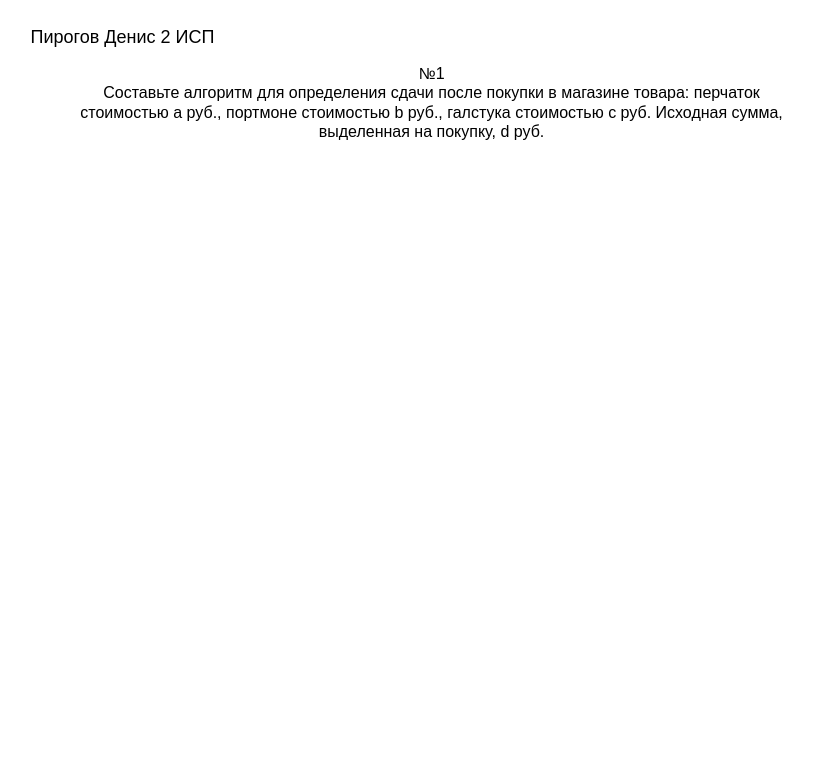
Above: page "вариант 2 задание 1" (4 of 7) of pr2 and pr3/pr2.drawio in DeFis33/pr (draw.io), before the change. Source tidied: cells renumbered, new cells numbered last; positions are measured from the earlier drawing's top-left corner, leaving out a move shared by most shapes. Both pictures are drawn from the tidied source at 100%, with x=0, y=0 at pixel (17, 17).
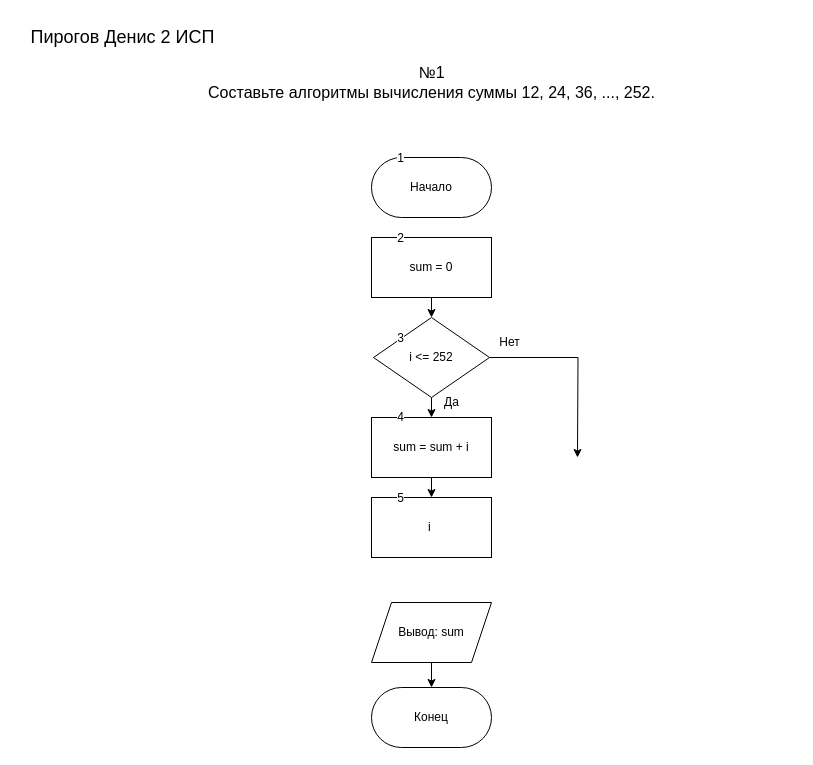
Above is the later version.

The edit, as a diff of the source:
```diff
@@
-    <mxCell id="3" value="&lt;font style=&quot;font-size: 16px;&quot;&gt;№1&lt;/font&gt;&lt;div style=&quot;font-size: 16px;&quot;&gt;&lt;font style=&quot;font-size: 16px;&quot;&gt;Составьте алгоритм для определения сдачи после покупки в магазине товара: перчаток&lt;/font&gt;&lt;/div&gt;&lt;div style=&quot;font-size: 16px;&quot;&gt;&lt;font style=&quot;font-size: 16px;&quot;&gt;стоимостью а руб., портмоне стоимостью b руб., галстука стоимостью с руб. Исходная сумма,&lt;/font&gt;&lt;/div&gt;&lt;div style=&quot;font-size: 16px;&quot;&gt;&lt;font style=&quot;font-size: 16px;&quot;&gt;выделенная на покупку, d руб.&lt;/font&gt;&lt;/div&gt;" style="text;html=1;align=center;verticalAlign=middle;" parent="1" vertex="1">
-      <mxGeometry x="49" y="40" width="730" height="90" as="geometry" />
+    <mxCell id="3" value="&lt;font style=&quot;font-size: 16px;&quot;&gt;№1&lt;/font&gt;&lt;div style=&quot;font-size: 16px;&quot;&gt;&lt;font style=&quot;font-size: 16px;&quot;&gt;Составьте алгоритмы вычисления суммы 12, 24, 36, ..., 252.&lt;/font&gt;&lt;br&gt;&lt;/div&gt;" style="text;html=1;align=center;verticalAlign=middle;" parent="1" vertex="1">
+      <mxGeometry x="179" y="40" width="470" height="50" as="geometry" />
     </mxCell>
+    <mxCell id="4" value="Начало" style="rounded=1;whiteSpace=wrap;html=1;arcSize=50;" parent="1" vertex="1">
+      <mxGeometry x="354" y="140" width="120" height="60" as="geometry" />
+    </mxCell>
+    <mxCell id="5" value="Конец" style="rounded=1;whiteSpace=wrap;html=1;arcSize=50;" parent="1" vertex="1">
+      <mxGeometry x="354" y="670" width="120" height="60" as="geometry" />
+    </mxCell>
+    <mxCell id="6" style="edgeStyle=orthogonalEdgeStyle;rounded=0;jettySize=auto;html=1;exitX=0.5;exitY=1;exitDx=0;exitDy=0;entryX=0.5;entryY=0;entryDx=0;entryDy=0;" parent="1" edge="1" source="7" target="14">
+      <mxGeometry relative="1" as="geometry" />
+    </mxCell>
+    <mxCell id="7" value="sum = 0" style="rounded=0;whiteSpace=wrap;html=1;" parent="1" vertex="1">
+      <mxGeometry x="354" y="220" width="120" height="60" as="geometry" />
+    </mxCell>
+    <mxCell id="8" style="edgeStyle=orthogonalEdgeStyle;rounded=0;jettySize=auto;html=1;exitX=0.5;exitY=1;exitDx=0;exitDy=0;entryX=0.5;entryY=0;entryDx=0;entryDy=0;" parent="1" edge="1" source="9" target="5">
+      <mxGeometry relative="1" as="geometry" />
+    </mxCell>
+    <mxCell id="9" value="Вывод: sum" style="shape=parallelogram;perimeter=parallelogramPerimeter;whiteSpace=wrap;html=1;fixedSize=1;" parent="1" vertex="1">
+      <mxGeometry x="354" y="585" width="120" height="60" as="geometry" />
+    </mxCell>
+    <mxCell id="10" value="1" style="text;html=1;align=center;verticalAlign=middle;strokeColor=none;fillColor=none;labelBackgroundColor=default;" parent="1" vertex="1">
+      <mxGeometry x="368" y="126" width="30" height="30" as="geometry" />
+    </mxCell>
+    <mxCell id="11" value="2" style="text;html=1;align=center;verticalAlign=middle;strokeColor=none;fillColor=none;labelBackgroundColor=default;" parent="1" vertex="1">
+      <mxGeometry x="368" y="206" width="30" height="30" as="geometry" />
+    </mxCell>
+    <mxCell id="12" style="edgeStyle=orthogonalEdgeStyle;rounded=0;jettySize=auto;html=1;exitX=0.5;exitY=1;exitDx=0;exitDy=0;entryX=0.5;entryY=0;entryDx=0;entryDy=0;" parent="1" edge="1" source="14" target="16">
+      <mxGeometry relative="1" as="geometry" />
+    </mxCell>
+    <mxCell id="13" style="edgeStyle=orthogonalEdgeStyle;rounded=0;jettySize=auto;html=1;exitX=1;exitY=0.5;exitDx=0;exitDy=0;" parent="1" edge="1" source="14">
+      <mxGeometry relative="1" as="geometry">
+        <mxPoint x="560" y="440" as="targetPoint" />
+      </mxGeometry>
+    </mxCell>
+    <mxCell id="14" value="i &amp;lt;= 252" style="rhombus;whiteSpace=wrap;html=1;" parent="1" vertex="1">
+      <mxGeometry x="356" y="300" width="116" height="80" as="geometry" />
+    </mxCell>
+    <mxCell id="15" style="edgeStyle=orthogonalEdgeStyle;rounded=0;jettySize=auto;html=1;exitX=0.5;exitY=1;exitDx=0;exitDy=0;entryX=0.5;entryY=0;entryDx=0;entryDy=0;" parent="1" edge="1" source="16" target="21">
+      <mxGeometry relative="1" as="geometry" />
+    </mxCell>
+    <mxCell id="16" value="sum = sum + i" style="rounded=0;whiteSpace=wrap;html=1;" parent="1" vertex="1">
+      <mxGeometry x="354" y="400" width="120" height="60" as="geometry" />
+    </mxCell>
+    <mxCell id="17" value="Да" style="text;html=1;align=center;verticalAlign=middle;strokeColor=none;fillColor=none;" parent="1" vertex="1">
+      <mxGeometry x="414" y="370" width="40" height="30" as="geometry" />
+    </mxCell>
+    <mxCell id="18" value="Нет" style="text;html=1;align=center;verticalAlign=middle;strokeColor=none;fillColor=none;" parent="1" vertex="1">
+      <mxGeometry x="472" y="310" width="40" height="30" as="geometry" />
+    </mxCell>
+    <mxCell id="19" value="3" style="text;html=1;align=center;verticalAlign=middle;strokeColor=none;fillColor=none;labelBackgroundColor=default;" parent="1" vertex="1">
+      <mxGeometry x="368" y="306" width="30" height="30" as="geometry" />
+    </mxCell>
+    <mxCell id="20" value="4" style="text;html=1;align=center;verticalAlign=middle;strokeColor=none;fillColor=none;labelBackgroundColor=default;" parent="1" vertex="1">
+      <mxGeometry x="368" y="385" width="30" height="30" as="geometry" />
+    </mxCell>
+    <mxCell id="21" value="i&amp;nbsp;" style="rounded=0;whiteSpace=wrap;html=1;" parent="1" vertex="1">
+      <mxGeometry x="354" y="480" width="120" height="60" as="geometry" />
+    </mxCell>
+    <mxCell id="22" value="5" style="text;html=1;align=center;verticalAlign=middle;strokeColor=none;fillColor=none;labelBackgroundColor=default;" parent="1" vertex="1">
+      <mxGeometry x="368" y="466" width="30" height="30" as="geometry" />
+    </mxCell>
```
